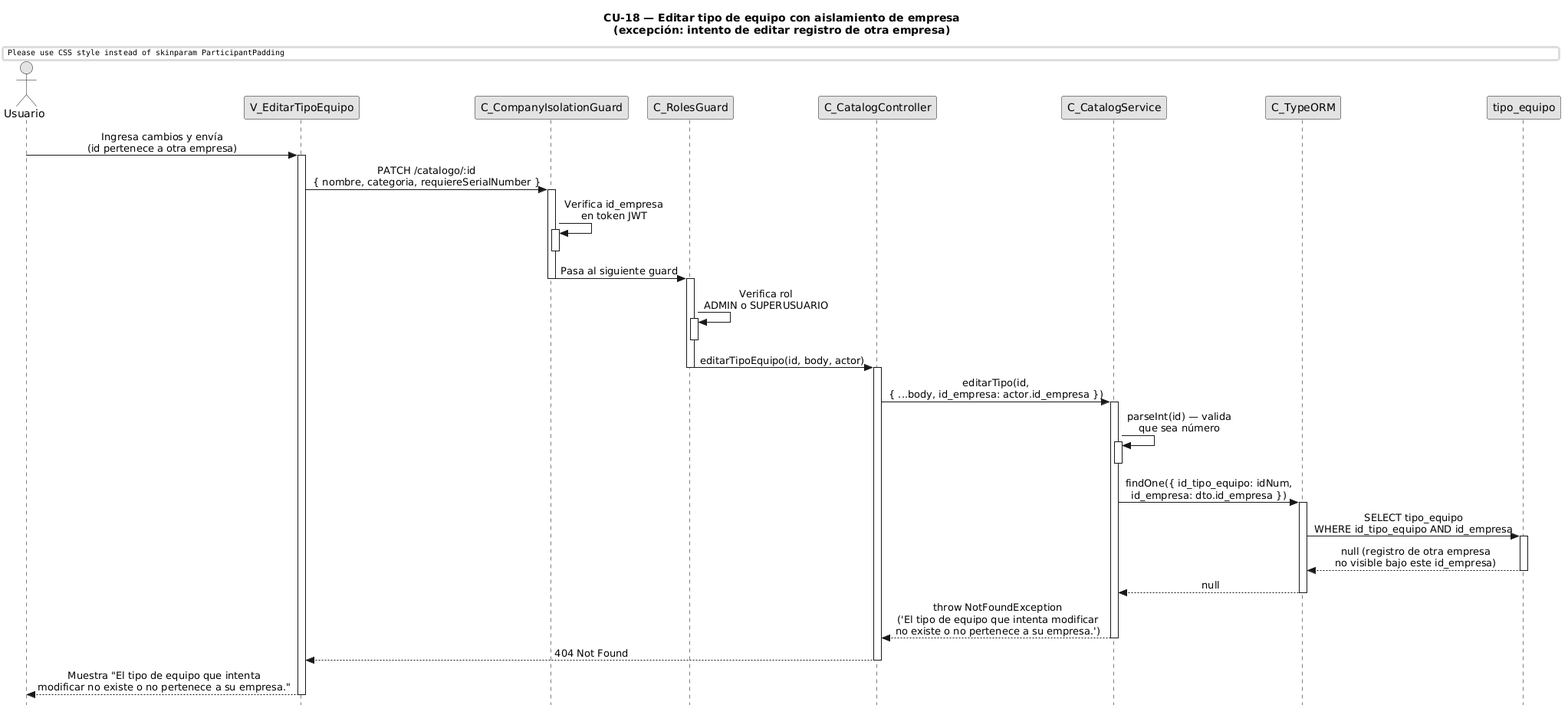
FSM-Finet-y-Cable-Magico/Team_1-Inventario-y-Bodega keeps this PlantUML diagram as diagramas/diagramas-secuencia/CU18/CU18-exc-registro-otra-empresa.png. Above is the earlier version.
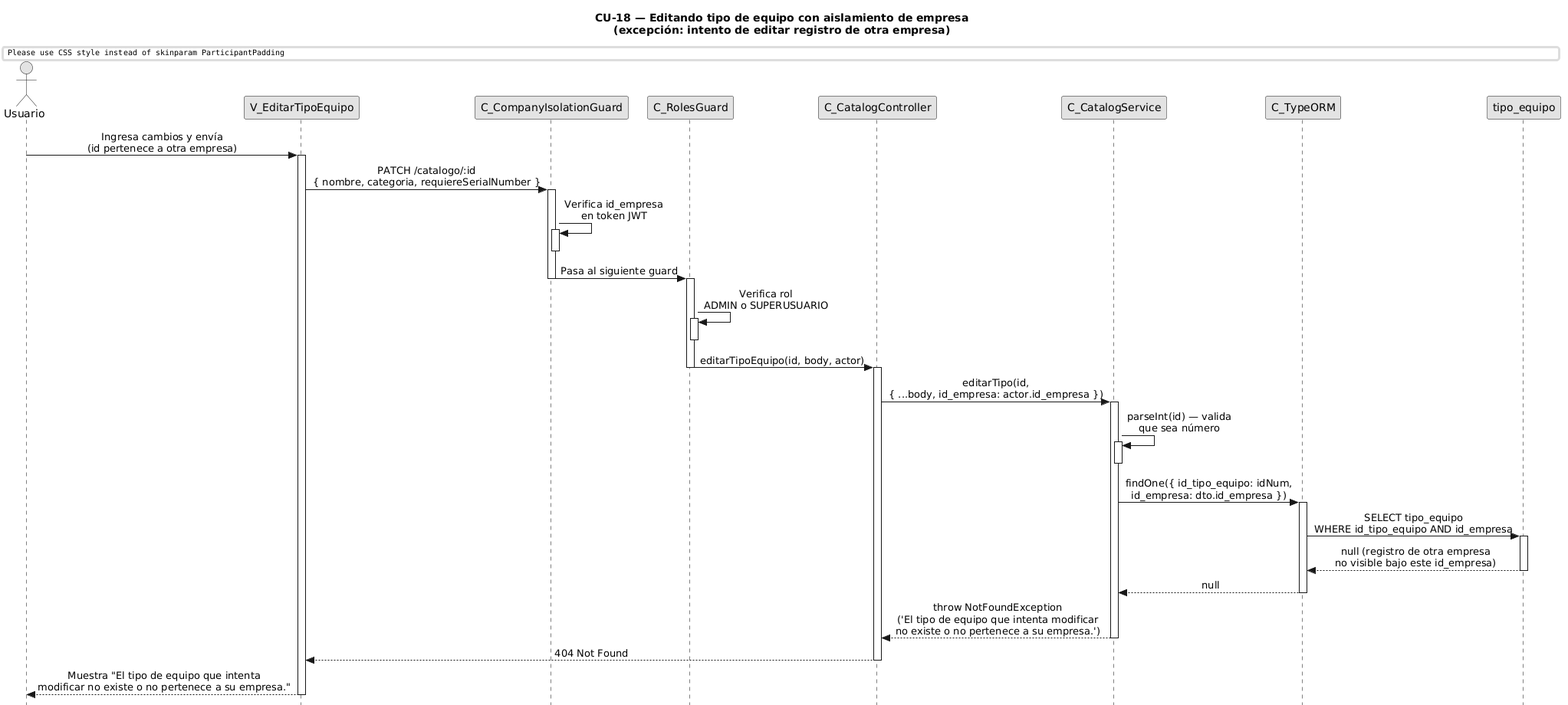
The same diagram one commit later.

What changed in the source:
```diff
@@ -1,5 +1,5 @@
-@startuml
-title CU-18 — Editar tipo de equipo con aislamiento de empresa\n(excepción: intento de editar registro de otra empresa)
+@startuml CU18-exc-registro-otra-empresa
+title CU-18 — Editando tipo de equipo con aislamiento de empresa\n(excepción: intento de editar registro de otra empresa)
 
 skinparam style strictuml
 skinparam monochrome true
@@ -70,4 +70,5 @@
 
 view --> user : Muestra "El tipo de equipo que intenta\nmodificar no existe o no pertenece a su empresa."
 deactivate view
+
 @enduml
```
